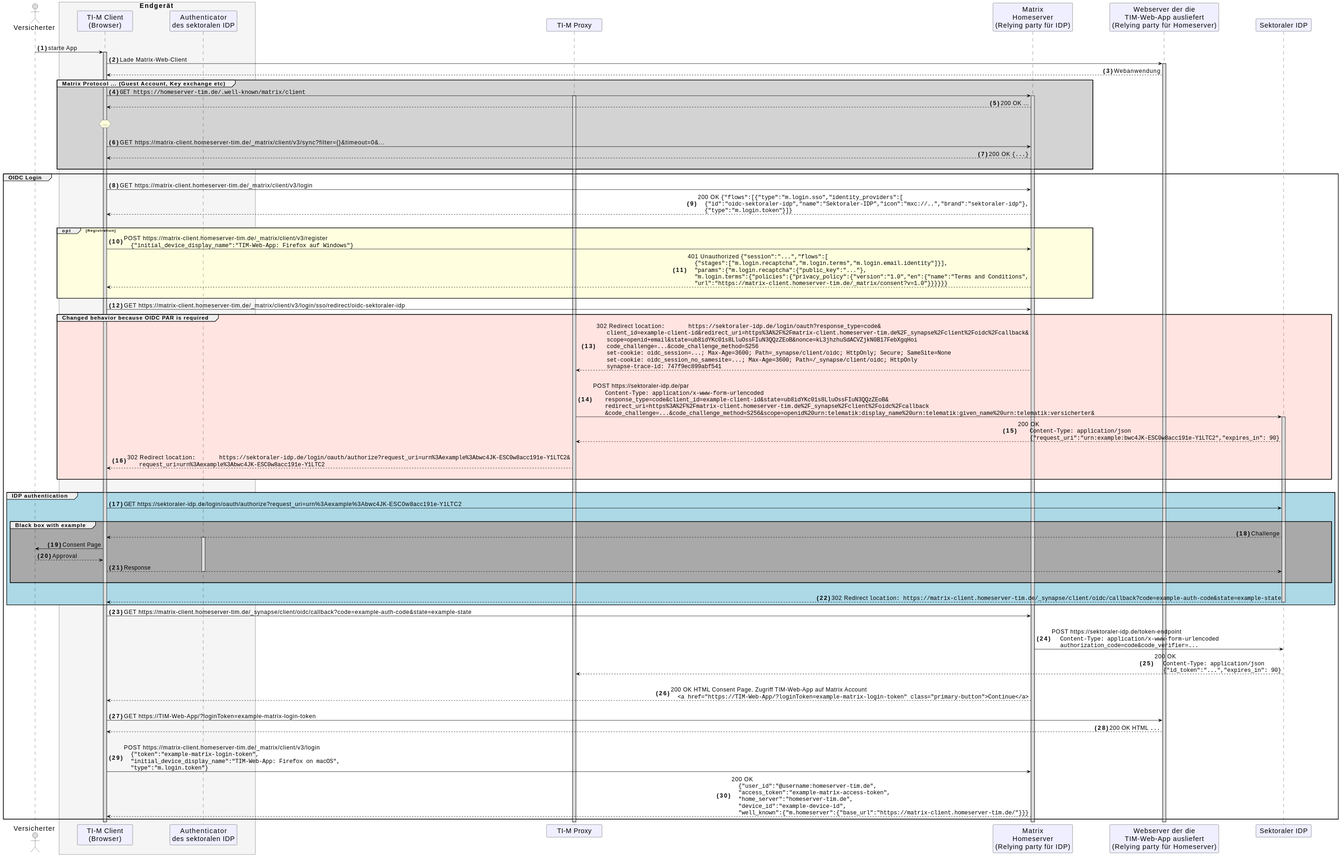
The PlantUML diagram images/diagrams/TI-Messenger-Dienst/Ressourcen/TI-Messenger_OIDC_Login.svg in gematik/api-ti-messenger, before a commit.
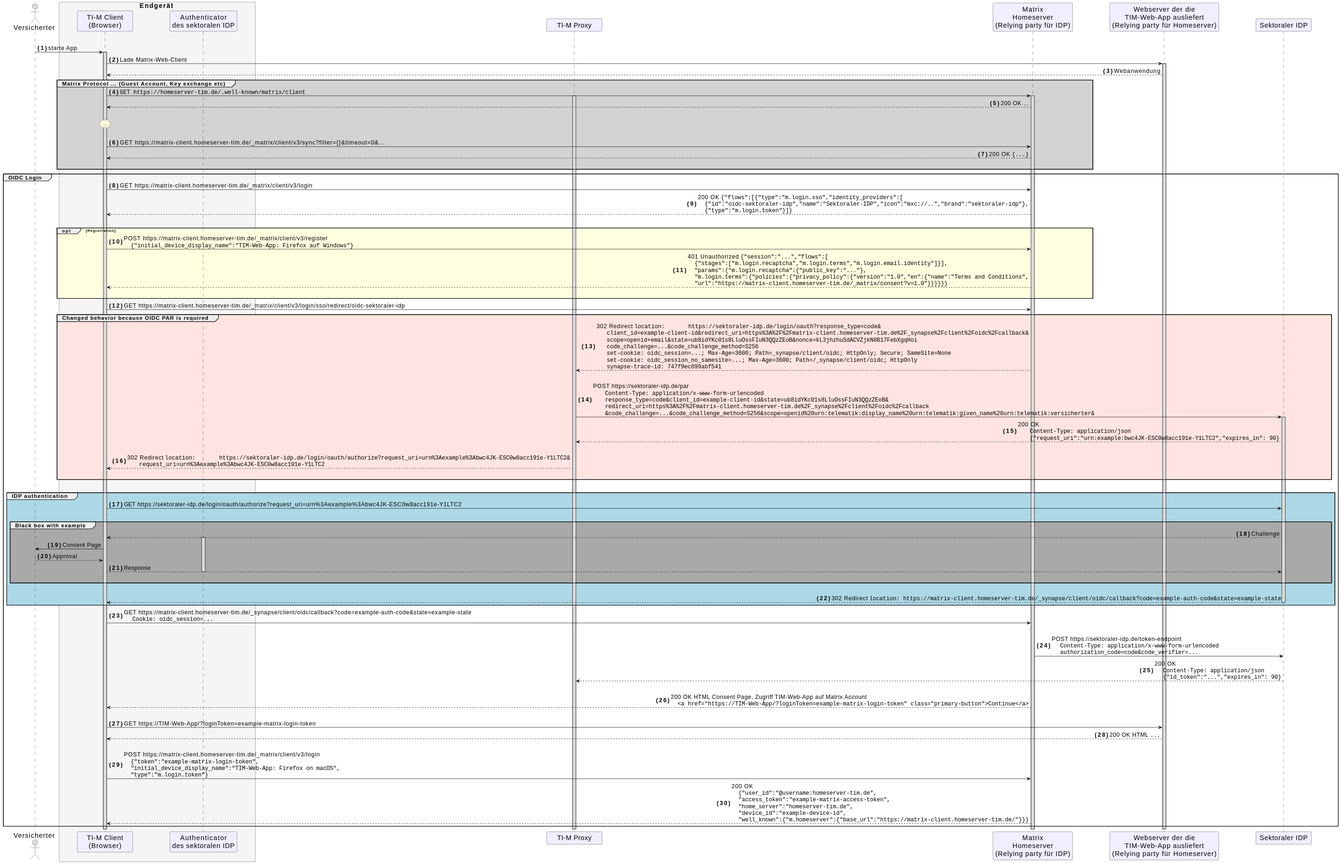
The same file after the commit.

Commit message:
Commit from GitHub Actions (GeneratePlantumlImages)

Diff of the diagram source:
```diff
@@ -95,7 +95,7 @@
       idp --> app: 302 Redirect ""location: https://matrix-client.homeserver-tim.de/_synapse/client/oidc/callback?code=example-auth-code&state=example-state""
       deactivate idp
     end 'group
-    app -> hs: GET https://matrix-client.homeserver-tim.de/_synapse/client/oidc/callback?code=example-auth-code&state=example-state
+    app -> hs: GET https://matrix-client.homeserver-tim.de/_synapse/client/oidc/callback?code=example-auth-code&state=example-state\n     ""Cookie: oidc_session=...""
     |||
     hs -> idp: POST https://sektoraler-idp.de/token-endpoint\n     ""Content-Type: application/x-www-form-urlencoded""\n     ""authorization_code=code&code_verifier=...""
     idp --> pr: 200 OK\n     ""Content-Type: application/json""\n     ""{"id_token":"...","expires_in": 90}""
```
